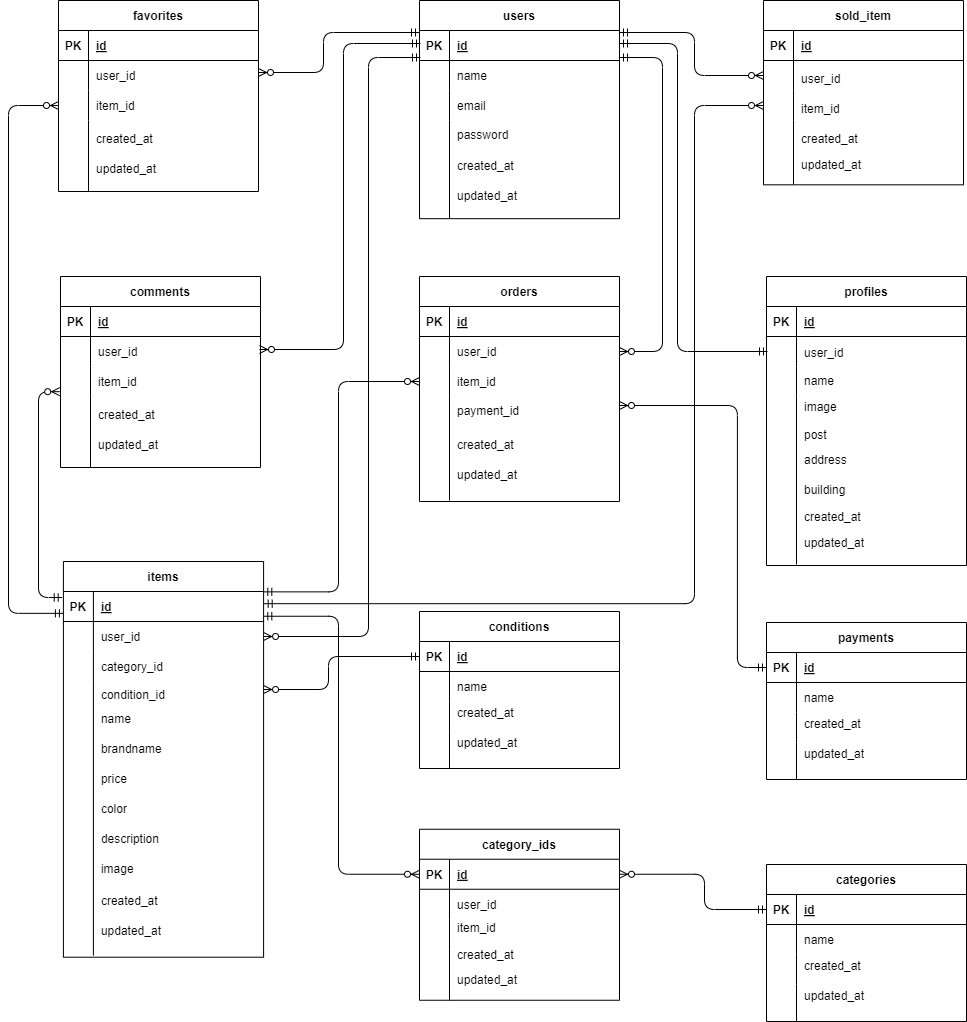
This is market.drawio.png from syakuyaku514/third-case, a draw.io export, as it was before one commit. Source tidied: cells renumbered, new cells last; positions are measured from the earlier drawing's top-left corner, leaving out a move shared by most shapes.
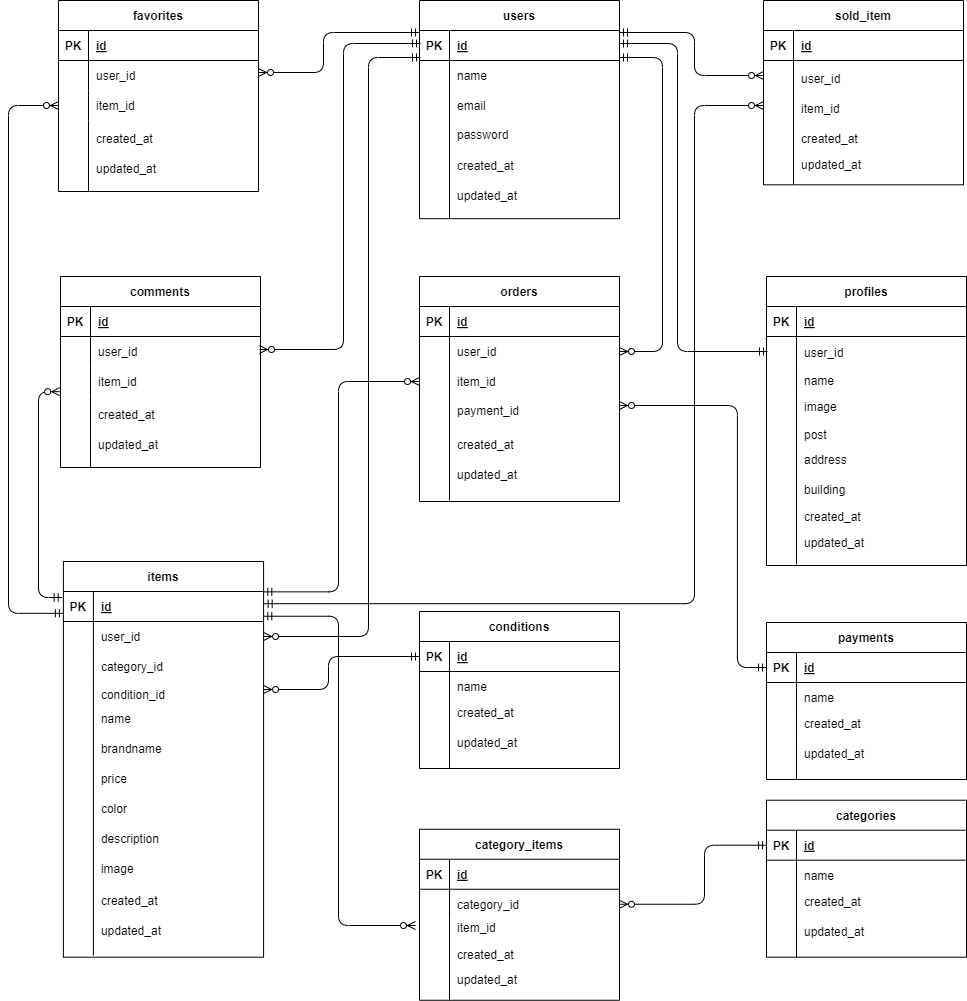
After the change.

What changed in the source:
```diff
@@ -144,7 +144,7 @@
       <mxGeometry x="788" y="738" width="150" height="30" as="geometry" />
     </mxCell>
     <mxCell id="49" value="categories" style="shape=table;startSize=30;rowLines=0;fontStyle=1;align=center;" parent="1" vertex="1">
-      <mxGeometry x="758" y="864" width="200" height="157" as="geometry" />
+      <mxGeometry x="758" y="799.7" width="200" height="157" as="geometry" />
     </mxCell>
     <mxCell id="50" style="shape=tableRow;horizontal=0;startSize=0;swimlaneHead=0;swimlaneBody=0;fillColor=none;points=[[0,0.5],[1,0.5]];portConstraint=eastwest;top=0;left=0;right=0;bottom=1;" parent="49" vertex="1">
       <mxGeometry y="30" width="200" height="30" as="geometry" />
@@ -183,10 +183,10 @@
       <mxGeometry x="30" width="170" height="37" as="geometry" />
     </mxCell>
     <mxCell id="62" value="created_at" style="shape=partialRectangle;fillColor=none;top=0;left=0;bottom=0;right=0;align=left;spacingLeft=6;overflow=hidden;" parent="1" vertex="1">
-      <mxGeometry x="788" y="950" width="150" height="30" as="geometry" />
+      <mxGeometry x="788" y="885.7" width="150" height="30" as="geometry" />
     </mxCell>
     <mxCell id="63" value="updated_at" style="shape=partialRectangle;fillColor=none;top=0;left=0;bottom=0;right=0;align=left;spacingLeft=6;overflow=hidden;" parent="1" vertex="1">
-      <mxGeometry x="788" y="980" width="150" height="30" as="geometry" />
+      <mxGeometry x="788" y="915.7" width="150" height="30" as="geometry" />
     </mxCell>
     <mxCell id="64" value="favorites" style="shape=table;startSize=30;rowLines=0;fontStyle=1;align=center;" parent="1" vertex="1">
       <mxGeometry x="50" width="200" height="191" as="geometry" />
@@ -614,7 +614,7 @@
         </Array>
       </mxGeometry>
     </mxCell>
-    <mxCell id="178" value="category_ids" style="shape=table;startSize=30;rowLines=0;fontStyle=1;align=center;" parent="1" vertex="1">
+    <mxCell id="178" value="category_items" style="shape=table;startSize=30;rowLines=0;fontStyle=1;align=center;" parent="1" vertex="1">
       <mxGeometry x="411" y="828.8" width="200" height="171" as="geometry" />
     </mxCell>
     <mxCell id="179" style="shape=tableRow;horizontal=0;startSize=0;swimlaneHead=0;swimlaneBody=0;fillColor=none;points=[[0,0.5],[1,0.5]];portConstraint=eastwest;top=0;left=0;right=0;bottom=1;" parent="178" vertex="1">
@@ -632,7 +632,7 @@
     <mxCell id="183" style="shape=partialRectangle;fillColor=none;top=0;left=0;bottom=0;right=0;overflow=hidden;" parent="182" vertex="1">
       <mxGeometry width="30" height="30" as="geometry" />
     </mxCell>
-    <mxCell id="184" value="user_id" style="shape=partialRectangle;fillColor=none;top=0;left=0;bottom=0;right=0;align=left;spacingLeft=6;overflow=hidden;" parent="182" vertex="1">
+    <mxCell id="184" value="category_id" style="shape=partialRectangle;fillColor=none;top=0;left=0;bottom=0;right=0;align=left;spacingLeft=6;overflow=hidden;" parent="182" vertex="1">
       <mxGeometry x="30" width="170" height="30" as="geometry" />
     </mxCell>
     <mxCell id="185" style="shape=tableRow;horizontal=0;startSize=0;swimlaneHead=0;swimlaneBody=0;fillColor=none;points=[[0,0.5],[1,0.5]];portConstraint=eastwest;top=0;left=0;right=0;bottom=0;" parent="178" vertex="1">
@@ -662,7 +662,7 @@
     <mxCell id="193" value="item_id" style="shape=partialRectangle;fillColor=none;top=0;left=0;bottom=0;right=0;align=left;spacingLeft=6;overflow=hidden;" parent="1" vertex="1">
       <mxGeometry x="441" y="912.2" width="170" height="30" as="geometry" />
     </mxCell>
-    <mxCell id="194" style="edgeStyle=elbowEdgeStyle;fontSize=12;html=1;endArrow=ERzeroToMany;startArrow=ERmandOne;entryX=0;entryY=0.5;entryDx=0;entryDy=0;exitX=1.001;exitY=0.825;exitDx=0;exitDy=0;exitPerimeter=0;" parent="1" edge="1" source="95" target="179">
+    <mxCell id="194" style="edgeStyle=elbowEdgeStyle;fontSize=12;html=1;endArrow=ERzeroToMany;startArrow=ERmandOne;entryX=-0.02;entryY=0.208;entryDx=0;entryDy=0;exitX=1.001;exitY=0.825;exitDx=0;exitDy=0;exitPerimeter=0;entryPerimeter=0;" parent="1" edge="1" source="95" target="185">
       <mxGeometry relative="1" as="geometry">
         <Array as="points">
           <mxPoint x="330" y="781" />
@@ -672,7 +672,7 @@
         </Array>
       </mxGeometry>
     </mxCell>
-    <mxCell id="195" style="edgeStyle=elbowEdgeStyle;fontSize=12;html=1;endArrow=ERzeroToMany;startArrow=ERmandOne;entryX=1;entryY=0.5;entryDx=0;entryDy=0;exitX=0;exitY=0.5;exitDx=0;exitDy=0;" parent="1" edge="1" source="50" target="179">
+    <mxCell id="195" style="edgeStyle=elbowEdgeStyle;fontSize=12;html=1;endArrow=ERzeroToMany;startArrow=ERmandOne;entryX=1;entryY=0.5;entryDx=0;entryDy=0;exitX=0;exitY=0.5;exitDx=0;exitDy=0;" parent="1" edge="1" source="50" target="182">
       <mxGeometry relative="1" as="geometry">
         <Array as="points">
           <mxPoint x="696" y="894" />
```
